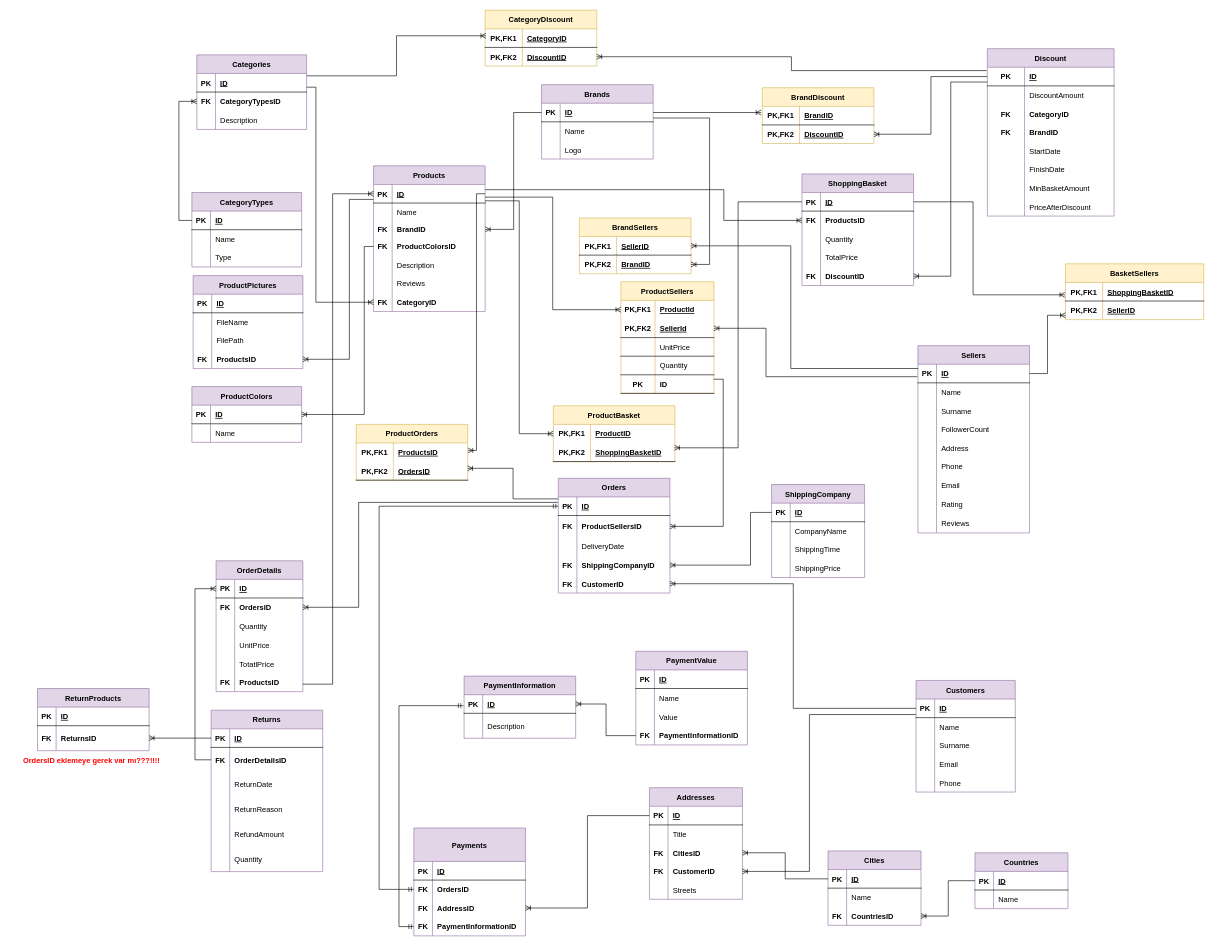
Before: Son.drawio in HandeYetisen/Python, a draw.io diagram. Source tidied: cells renumbered, new cells numbered last; positions are measured from the earlier drawing's top-left corner, leaving out a move shared by most shapes. Both pictures are drawn from the tidied source at 62%, with x=0, y=0 at pixel (18, 10).
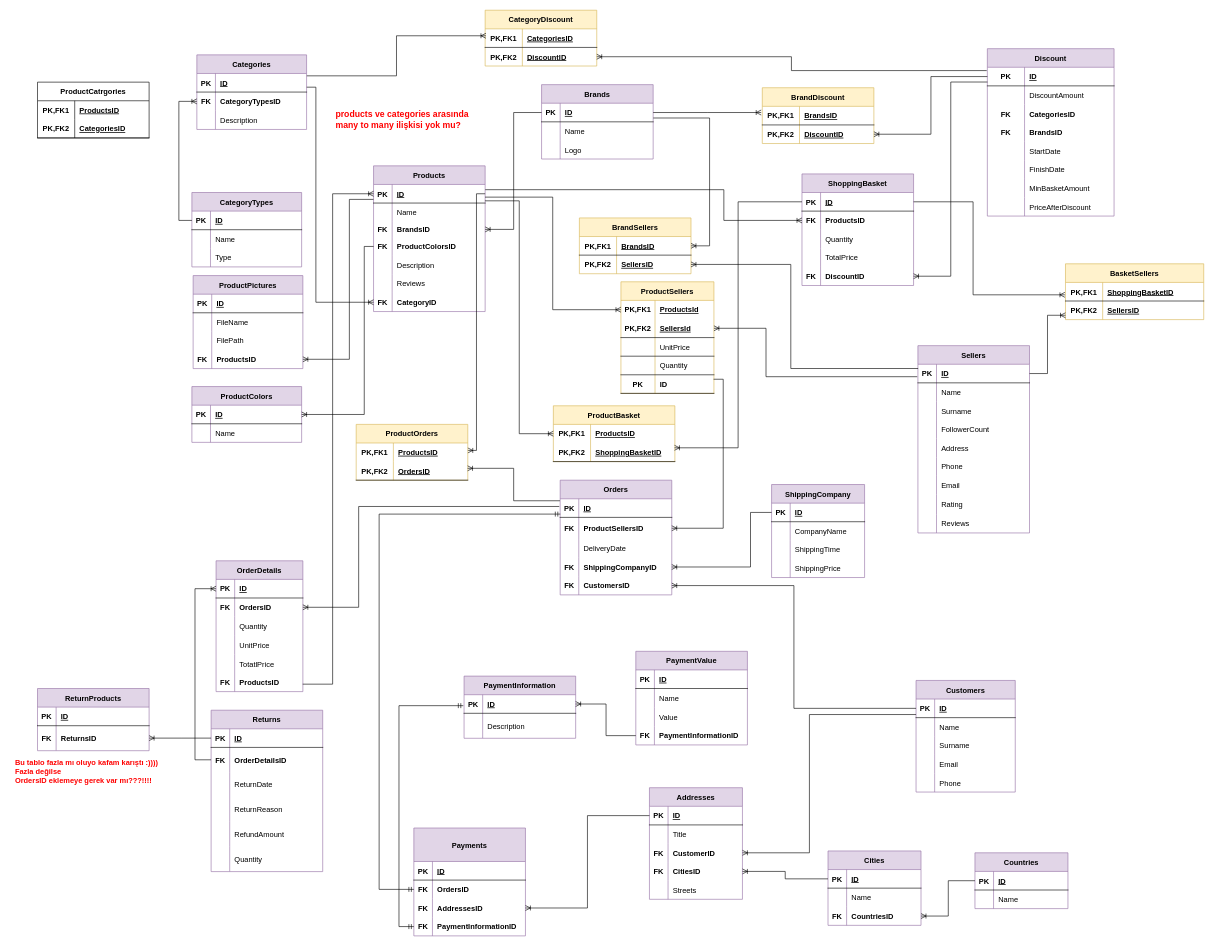
The same diagram, later.

The change refers to these unchanged cells:
```xml
<mxCell id="9" style="shape=tableRow;horizontal=0;startSize=0;swimlaneHead=0;swimlaneBody=0;fillColor=none;points=[[0,0.5],[1,0.5]];portConstraint=eastwest;top=0;left=0;right=0;bottom=0;" parent="2" vertex="1">
  <mxGeometry y="90" width="180" height="25" as="geometry" />
</mxCell>
<mxCell id="35" style="shape=tableRow;horizontal=0;startSize=0;swimlaneHead=0;swimlaneBody=0;fillColor=none;points=[[0,0.5],[1,0.5]];portConstraint=eastwest;top=0;left=0;right=0;bottom=1;" parent="34" vertex="1">
  <mxGeometry y="30" width="160" height="30" as="geometry" />
</mxCell>
<mxCell id="57" style="shape=tableRow;horizontal=0;startSize=0;swimlaneHead=0;swimlaneBody=0;fillColor=none;points=[[0,0.5],[1,0.5]];portConstraint=eastwest;top=0;left=0;right=0;bottom=0;" parent="50" vertex="1">
  <mxGeometry y="90" width="150" height="30" as="geometry" />
</mxCell>
<mxCell id="60" style="shape=tableRow;horizontal=0;startSize=0;swimlaneHead=0;swimlaneBody=0;fillColor=none;points=[[0,0.5],[1,0.5]];portConstraint=eastwest;top=0;left=0;right=0;bottom=0;" parent="50" vertex="1">
  <mxGeometry y="120" width="150" height="30" as="geometry" />
</mxCell>
<mxCell id="68" style="shape=tableRow;horizontal=0;startSize=0;swimlaneHead=0;swimlaneBody=0;fillColor=none;points=[[0,0.5],[1,0.5]];portConstraint=eastwest;top=0;left=0;right=0;bottom=1;" parent="67" vertex="1">
  <mxGeometry y="30" width="180" height="30" as="geometry" />
</mxCell>
<mxCell id="80" style="shape=tableRow;horizontal=0;startSize=0;swimlaneHead=0;swimlaneBody=0;fillColor=none;points=[[0,0.5],[1,0.5]];portConstraint=eastwest;top=0;left=0;right=0;bottom=0;" parent="67" vertex="1">
  <mxGeometry y="155" width="180" height="30" as="geometry" />
</mxCell>
<mxCell id="84" style="shape=tableRow;horizontal=0;startSize=0;swimlaneHead=0;swimlaneBody=0;fillColor=none;points=[[0,0.5],[1,0.5]];portConstraint=eastwest;top=0;left=0;right=0;bottom=1;" parent="83" vertex="1">
  <mxGeometry y="30" width="180" height="30" as="geometry" />
</mxCell>
<mxCell id="112" style="shape=tableRow;horizontal=0;startSize=0;swimlaneHead=0;swimlaneBody=0;fillColor=none;points=[[0,0.5],[1,0.5]];portConstraint=eastwest;top=0;left=0;right=0;bottom=1;" parent="111" vertex="1">
  <mxGeometry y="30" width="180" height="30" as="geometry" />
</mxCell>
<mxCell id="115" style="shape=tableRow;horizontal=0;startSize=0;swimlaneHead=0;swimlaneBody=0;fillColor=none;points=[[0,0.5],[1,0.5]];portConstraint=eastwest;top=0;left=0;right=0;bottom=0;" parent="111" vertex="1">
  <mxGeometry y="60" width="180" height="30" as="geometry" />
</mxCell>
<mxCell id="125" style="shape=tableRow;horizontal=0;startSize=0;swimlaneHead=0;swimlaneBody=0;fillColor=none;top=0;left=0;right=0;bottom=0;" parent="118" vertex="1">
  <mxGeometry y="90" width="204.4" height="30" as="geometry" />
</mxCell>
<mxCell id="128" style="shape=tableRow;horizontal=0;startSize=0;swimlaneHead=0;swimlaneBody=0;fillColor=none;top=0;left=0;right=0;bottom=0;" parent="118" vertex="1">
  <mxGeometry y="120" width="204.4" height="30" as="geometry" />
</mxCell>
<mxCell id="160" style="shape=tableRow;horizontal=0;startSize=0;swimlaneHead=0;swimlaneBody=0;fillColor=none;points=[[0,0.5],[1,0.5]];portConstraint=eastwest;top=0;left=0;right=0;bottom=0;" parent="159" vertex="1">
  <mxGeometry y="30" width="150" height="30" as="geometry" />
</mxCell>
<mxCell id="163" style="shape=tableRow;horizontal=0;startSize=0;swimlaneHead=0;swimlaneBody=0;fillColor=none;points=[[0,0.5],[1,0.5]];portConstraint=eastwest;top=0;left=0;right=0;bottom=1;" parent="159" vertex="1">
  <mxGeometry y="60" width="150" height="30" as="geometry" />
</mxCell>
<mxCell id="192" style="shape=tableRow;horizontal=0;startSize=0;swimlaneHead=0;swimlaneBody=0;fillColor=none;points=[[0,0.5],[1,0.5]];portConstraint=eastwest;top=0;left=0;right=0;bottom=0;" parent="188" vertex="1">
  <mxGeometry y="60" width="140" height="30" as="geometry" />
</mxCell>
<mxCell id="208" style="shape=tableRow;horizontal=0;startSize=0;swimlaneHead=0;swimlaneBody=0;fillColor=none;points=[[0,0.5],[1,0.5]];portConstraint=eastwest;top=0;left=0;right=0;bottom=1;" parent="207" vertex="1">
  <mxGeometry y="30" width="180" height="30" as="geometry" />
</mxCell>
<mxCell id="221" style="shape=tableRow;horizontal=0;startSize=0;swimlaneHead=0;swimlaneBody=0;fillColor=none;points=[[0,0.5],[1,0.5]];portConstraint=eastwest;top=0;left=0;right=0;bottom=0;" parent="217" vertex="1">
  <mxGeometry y="84" width="180" height="30" as="geometry" />
</mxCell>
<mxCell id="224" style="shape=tableRow;horizontal=0;startSize=0;swimlaneHead=0;swimlaneBody=0;fillColor=none;points=[[0,0.5],[1,0.5]];portConstraint=eastwest;top=0;left=0;right=0;bottom=0;" parent="217" vertex="1">
  <mxGeometry y="114" width="180" height="30" as="geometry" />
</mxCell>
<mxCell id="253" style="shape=tableRow;horizontal=0;startSize=0;swimlaneHead=0;swimlaneBody=0;fillColor=none;points=[[0,0.5],[1,0.5]];portConstraint=eastwest;top=0;left=0;right=0;bottom=0;fontColor=#000000;" parent="252" vertex="1">
  <mxGeometry y="30" width="196" height="30" as="geometry" />
</mxCell>
<mxCell id="268" style="shape=tableRow;horizontal=0;startSize=0;swimlaneHead=0;swimlaneBody=0;fillColor=none;points=[[0,0.5],[1,0.5]];portConstraint=eastwest;top=0;left=0;right=0;bottom=0;" parent="264" vertex="1">
  <mxGeometry y="60" width="223" height="30" as="geometry" />
</mxCell>
<mxCell id="307" style="shape=tableRow;horizontal=0;startSize=0;swimlaneHead=0;swimlaneBody=0;fillColor=none;points=[[0,0.5],[1,0.5]];portConstraint=eastwest;top=0;left=0;right=0;bottom=1;" parent="306" vertex="1">
  <mxGeometry y="30" width="150" height="30" as="geometry" />
</mxCell>
<mxCell id="335" style="shape=tableRow;horizontal=0;startSize=0;swimlaneHead=0;swimlaneBody=0;fillColor=none;points=[[0,0.5],[1,0.5]];portConstraint=eastwest;top=0;left=0;right=0;bottom=1;" parent="334" vertex="1">
  <mxGeometry y="30" width="180" height="30" as="geometry" />
</mxCell>
<mxCell id="344" style="shape=tableRow;horizontal=0;startSize=0;swimlaneHead=0;swimlaneBody=0;fillColor=none;points=[[0,0.5],[1,0.5]];portConstraint=eastwest;top=0;left=0;right=0;bottom=1;" parent="343" vertex="1">
  <mxGeometry y="30" width="180" height="30" as="geometry" />
</mxCell>
```

Diff of the diagram source:
```diff
@@
-    <mxCell id="11" value="BrandID" style="shape=partialRectangle;fillColor=none;top=0;left=0;bottom=0;right=0;align=left;spacingLeft=6;overflow=hidden;fontStyle=1;" parent="9" vertex="1">
+    <mxCell id="11" value="BrandsID" style="shape=partialRectangle;fillColor=none;top=0;left=0;bottom=0;right=0;align=left;spacingLeft=6;overflow=hidden;fontStyle=1;" parent="9" vertex="1">
       <mxGeometry x="30" width="150" height="25" as="geometry" />
     </mxCell>
@@
-    <mxCell id="59" value="CitiesID" style="shape=partialRectangle;fillColor=none;top=0;left=0;bottom=0;right=0;align=left;spacingLeft=6;overflow=hidden;fontStyle=1;" parent="57" vertex="1">
+    <mxCell id="59" value="CustomerID" style="shape=partialRectangle;fillColor=none;top=0;left=0;bottom=0;right=0;align=left;spacingLeft=6;overflow=hidden;fontStyle=1;" parent="57" vertex="1">
       <mxGeometry x="30" width="120" height="30" as="geometry" />
     </mxCell>
@@
-    <mxCell id="62" value="CustomerID" style="shape=partialRectangle;fillColor=none;top=0;left=0;bottom=0;right=0;align=left;spacingLeft=6;overflow=hidden;fontStyle=1;" parent="60" vertex="1">
+    <mxCell id="62" value="CitiesID" style="shape=partialRectangle;fillColor=none;top=0;left=0;bottom=0;right=0;align=left;spacingLeft=6;overflow=hidden;fontStyle=1;" parent="60" vertex="1">
       <mxGeometry x="30" width="120" height="30" as="geometry" />
     </mxCell>
@@
     <mxCell id="67" value="Orders" style="shape=table;startSize=30;childLayout=tableLayout;rowLines=0;fontStyle=1;align=center;fillColor=#e1d5e7;strokeColor=#9673a6;" parent="1" vertex="1">
-      <mxGeometry x="871" y="755" width="180" height="185" as="geometry" />
+      <mxGeometry x="874" y="758" width="180" height="185" as="geometry" />
     </mxCell>
@@
-    <mxCell id="82" value="CustomerID" style="shape=partialRectangle;fillColor=none;top=0;left=0;bottom=0;right=0;align=left;spacingLeft=6;overflow=hidden;fontStyle=1;" parent="80" vertex="1">
+    <mxCell id="82" value="CustomersID" style="shape=partialRectangle;fillColor=none;top=0;left=0;bottom=0;right=0;align=left;spacingLeft=6;overflow=hidden;fontStyle=1;" parent="80" vertex="1">
       <mxGeometry x="30" width="150" height="30" as="geometry" />
     </mxCell>
@@
-    <mxCell id="114" value="SellerID" style="shape=partialRectangle;fillColor=none;top=0;left=0;bottom=0;right=0;align=left;spacingLeft=6;fontStyle=5;overflow=hidden;" parent="112" vertex="1">
+    <mxCell id="114" value="BrandsID" style="shape=partialRectangle;fillColor=none;top=0;left=0;bottom=0;right=0;align=left;spacingLeft=6;fontStyle=5;overflow=hidden;" parent="112" vertex="1">
       <mxGeometry x="60" width="120" height="30" as="geometry" />
     </mxCell>
@@
-    <mxCell id="117" value="BrandID" style="shape=partialRectangle;fillColor=none;top=0;left=0;bottom=0;right=0;align=left;spacingLeft=6;overflow=hidden;fontStyle=5;" parent="115" vertex="1">
+    <mxCell id="117" value="SellersID" style="shape=partialRectangle;fillColor=none;top=0;left=0;bottom=0;right=0;align=left;spacingLeft=6;overflow=hidden;fontStyle=5;" parent="115" vertex="1">
       <mxGeometry x="60" width="120" height="30" as="geometry" />
     </mxCell>
@@
-    <mxCell id="127" value="CategoryID" style="shape=partialRectangle;fillColor=none;top=0;left=0;bottom=0;right=0;align=left;spacingLeft=6;overflow=hidden;fontStyle=1;" parent="125" vertex="1">
+    <mxCell id="127" value="CategoriesID" style="shape=partialRectangle;fillColor=none;top=0;left=0;bottom=0;right=0;align=left;spacingLeft=6;overflow=hidden;fontStyle=1;" parent="125" vertex="1">
       <mxGeometry x="60" width="144.4" height="30" as="geometry" />
     </mxCell>
@@
-    <mxCell id="130" value="BrandID" style="shape=partialRectangle;fillColor=none;top=0;left=0;bottom=0;right=0;align=left;spacingLeft=6;overflow=hidden;fontStyle=1;" parent="128" vertex="1">
+    <mxCell id="130" value="BrandsID" style="shape=partialRectangle;fillColor=none;top=0;left=0;bottom=0;right=0;align=left;spacingLeft=6;overflow=hidden;fontStyle=1;" parent="128" vertex="1">
       <mxGeometry x="60" width="144.4" height="30" as="geometry" />
     </mxCell>
@@
-    <mxCell id="162" value="ProductId" style="shape=partialRectangle;fillColor=none;top=0;left=0;bottom=0;right=0;align=left;spacingLeft=6;fontStyle=5;overflow=hidden;" parent="160" vertex="1">
+    <mxCell id="162" value="ProductsId" style="shape=partialRectangle;fillColor=none;top=0;left=0;bottom=0;right=0;align=left;spacingLeft=6;fontStyle=5;overflow=hidden;" parent="160" vertex="1">
       <mxGeometry x="55" width="95" height="30" as="geometry" />
     </mxCell>
@@
-    <mxCell id="165" value="SellerId" style="shape=partialRectangle;fillColor=none;top=0;left=0;bottom=0;right=0;align=left;spacingLeft=6;fontStyle=5;overflow=hidden;" parent="163" vertex="1">
+    <mxCell id="165" value="SellersId" style="shape=partialRectangle;fillColor=none;top=0;left=0;bottom=0;right=0;align=left;spacingLeft=6;fontStyle=5;overflow=hidden;" parent="163" vertex="1">
       <mxGeometry x="55" width="95" height="30" as="geometry" />
     </mxCell>
@@
-    <mxCell id="226" value="AddressID" style="shape=partialRectangle;fillColor=none;top=0;left=0;bottom=0;right=0;align=left;spacingLeft=6;overflow=hidden;fontStyle=1;" parent="224" vertex="1">
+    <mxCell id="226" value="AddressesID" style="shape=partialRectangle;fillColor=none;top=0;left=0;bottom=0;right=0;align=left;spacingLeft=6;overflow=hidden;fontStyle=1;" parent="224" vertex="1">
       <mxGeometry x="30" width="150" height="30" as="geometry" />
     </mxCell>
@@
-    <mxCell id="232" style="edgeStyle=elbowEdgeStyle;fontSize=12;html=1;endArrow=ERoneToMany;rounded=0;fontColor=#0000FF;entryX=1;entryY=0.5;entryDx=0;entryDy=0;exitX=0.002;exitY=0.229;exitDx=0;exitDy=0;exitPerimeter=0;" parent="1" edge="1" source="84" target="112">
+    <mxCell id="232" style="edgeStyle=elbowEdgeStyle;fontSize=12;html=1;endArrow=ERoneToMany;rounded=0;fontColor=#0000FF;entryX=1;entryY=0.5;entryDx=0;entryDy=0;exitX=0.002;exitY=0.229;exitDx=0;exitDy=0;exitPerimeter=0;" parent="1" edge="1" source="84" target="115">
       <mxGeometry relative="1" as="geometry">
         <Array as="points">
           <mxPoint x="1246" y="478" />
         </Array>
       </mxGeometry>
     </mxCell>
-    <mxCell id="233" style="edgeStyle=elbowEdgeStyle;fontSize=12;html=1;endArrow=ERoneToMany;rounded=0;fontColor=#0000FF;entryX=1;entryY=0.5;entryDx=0;entryDy=0;exitX=1.001;exitY=0.794;exitDx=0;exitDy=0;exitPerimeter=0;" parent="1" edge="1" source="208" target="115">
+    <mxCell id="233" style="edgeStyle=elbowEdgeStyle;fontSize=12;html=1;endArrow=ERoneToMany;rounded=0;fontColor=#0000FF;entryX=1;entryY=0.5;entryDx=0;entryDy=0;exitX=1.001;exitY=0.794;exitDx=0;exitDy=0;exitPerimeter=0;" parent="1" edge="1" source="208" target="112">
       <mxGeometry relative="1" as="geometry">
         <Array as="points">
           <mxPoint x="1115" y="301" />
         </Array>
       </mxGeometry>
     </mxCell>
@@
-    <mxCell id="246" style="edgeStyle=elbowEdgeStyle;fontSize=12;html=1;endArrow=ERoneToMany;rounded=0;fontColor=#000000;entryX=1;entryY=0.5;entryDx=0;entryDy=0;exitX=-0.004;exitY=0.295;exitDx=0;exitDy=0;exitPerimeter=0;" parent="1" edge="1" source="68" target="192">
+    <mxCell id="246" style="edgeStyle=elbowEdgeStyle;fontSize=12;html=1;endArrow=ERoneToMany;rounded=0;fontColor=#000000;entryX=1;entryY=0.5;entryDx=0;entryDy=0;exitX=-0.008;exitY=0.413;exitDx=0;exitDy=0;exitPerimeter=0;" parent="1" edge="1" source="68" target="192">
       <mxGeometry relative="1" as="geometry">
         <Array as="points">
           <mxPoint x="549" y="879" />
         </Array>
       </mxGeometry>
     </mxCell>
-    <mxCell id="247" style="edgeStyle=elbowEdgeStyle;fontSize=12;html=1;endArrow=ERmandOne;startArrow=ERmandOne;rounded=0;fontColor=#000000;entryX=0;entryY=0.5;entryDx=0;entryDy=0;exitX=0;exitY=0.5;exitDx=0;exitDy=0;" parent="1" edge="1" source="68" target="221">
+    <mxCell id="247" style="edgeStyle=elbowEdgeStyle;fontSize=12;html=1;endArrow=ERmandOne;startArrow=ERmandOne;rounded=0;fontColor=#000000;entryX=0;entryY=0.5;entryDx=0;entryDy=0;exitX=0.001;exitY=0.823;exitDx=0;exitDy=0;exitPerimeter=0;" parent="1" edge="1" source="68" target="221">
       <mxGeometry relative="1" as="geometry">
         <Array as="points">
           <mxPoint x="582" y="1170" />
         </Array>
       </mxGeometry>
     </mxCell>
@@
-    <mxCell id="250" style="edgeStyle=elbowEdgeStyle;fontSize=12;html=1;endArrow=ERoneToMany;fontColor=#000000;exitX=0;exitY=0.833;exitDx=0;exitDy=0;exitPerimeter=0;entryX=1;entryY=0.5;entryDx=0;entryDy=0;rounded=0;" parent="1" edge="1" source="35" target="60">
+    <mxCell id="250" style="edgeStyle=elbowEdgeStyle;fontSize=12;html=1;endArrow=ERoneToMany;fontColor=#000000;exitX=0;exitY=0.833;exitDx=0;exitDy=0;exitPerimeter=0;entryX=1;entryY=0.5;entryDx=0;entryDy=0;rounded=0;" parent="1" edge="1" source="35" target="57">
       <mxGeometry relative="1" as="geometry">
         <Array as="points">
           <mxPoint x="1276" y="1264" />
         </Array>
       </mxGeometry>
     </mxCell>
@@
-    <mxCell id="255" value="ProductID" style="shape=partialRectangle;fillColor=none;top=0;left=0;bottom=0;right=0;align=left;spacingLeft=6;fontStyle=5;overflow=hidden;fontColor=#000000;" parent="253" vertex="1">
+    <mxCell id="255" value="ProductsID" style="shape=partialRectangle;fillColor=none;top=0;left=0;bottom=0;right=0;align=left;spacingLeft=6;fontStyle=5;overflow=hidden;fontColor=#000000;" parent="253" vertex="1">
       <mxGeometry x="60" width="136" height="30" as="geometry" />
     </mxCell>
@@
-    <mxCell id="270" value="SellerID" style="shape=partialRectangle;fillColor=none;top=0;left=0;bottom=0;right=0;align=left;spacingLeft=6;overflow=hidden;fontStyle=5;" parent="268" vertex="1">
+    <mxCell id="270" value="SellersID" style="shape=partialRectangle;fillColor=none;top=0;left=0;bottom=0;right=0;align=left;spacingLeft=6;overflow=hidden;fontStyle=5;" parent="268" vertex="1">
       <mxGeometry x="60" width="163" height="30" as="geometry" />
     </mxCell>
@@
-    <mxCell id="326" style="edgeStyle=elbowEdgeStyle;fontSize=12;html=1;endArrow=ERoneToMany;exitX=0;exitY=0.5;exitDx=0;exitDy=0;rounded=0;" parent="1" edge="1" source="307" target="57">
+    <mxCell id="326" style="edgeStyle=elbowEdgeStyle;fontSize=12;html=1;endArrow=ERoneToMany;exitX=0;exitY=0.5;exitDx=0;exitDy=0;rounded=0;entryX=1;entryY=0.5;entryDx=0;entryDy=0;" parent="1" edge="1" source="307" target="60">
       <mxGeometry relative="1" as="geometry" />
     </mxCell>
@@
-    <mxCell id="337" value="CategoryID" style="shape=partialRectangle;fillColor=none;top=0;left=0;bottom=0;right=0;align=left;spacingLeft=6;fontStyle=5;overflow=hidden;" parent="335" vertex="1">
+    <mxCell id="337" value="CategoriesID" style="shape=partialRectangle;fillColor=none;top=0;left=0;bottom=0;right=0;align=left;spacingLeft=6;fontStyle=5;overflow=hidden;" parent="335" vertex="1">
       <mxGeometry x="60" width="120" height="30" as="geometry" />
     </mxCell>
@@
-    <mxCell id="346" value="BrandID" style="shape=partialRectangle;fillColor=none;top=0;left=0;bottom=0;right=0;align=left;spacingLeft=6;fontStyle=5;overflow=hidden;" parent="344" vertex="1">
+    <mxCell id="346" value="BrandsID" style="shape=partialRectangle;fillColor=none;top=0;left=0;bottom=0;right=0;align=left;spacingLeft=6;fontStyle=5;overflow=hidden;" parent="344" vertex="1">
       <mxGeometry x="60" width="120" height="30" as="geometry" />
     </mxCell>
@@
-    <mxCell id="395" value="OrdersID eklemeye gerek var mı???!!!! " style="shape=partialRectangle;fillColor=none;top=0;left=0;bottom=0;right=0;align=left;spacingLeft=6;overflow=hidden;fontStyle=1;fontColor=#FF0000;" parent="1" vertex="1">
-      <mxGeometry y="1189" width="242" height="40" as="geometry" />
-    </mxCell>
+    <mxCell id="396" value="Bu tablo fazla mı oluyo kafam karıştı :))))&#10;Fazla değilse&#10;OrdersID eklemeye gerek var mı???!!!! " style="shape=partialRectangle;fillColor=none;top=0;left=0;bottom=0;right=0;align=left;spacingLeft=6;overflow=hidden;fontStyle=1;fontColor=#FF0000;" parent="1" vertex="1">
+      <mxGeometry x="-13" y="1194" width="242" height="67" as="geometry" />
+    </mxCell>
+    <mxCell id="397" value="products ve categories arasında &#10;many to many ilişkisi yok mu?" style="shape=partialRectangle;fillColor=none;top=0;left=0;bottom=0;right=0;align=left;spacingLeft=6;overflow=hidden;fontStyle=1;fontColor=#FF0000;fontSize=14;" parent="1" vertex="1">
+      <mxGeometry x="504" y="145" width="249" height="61" as="geometry" />
+    </mxCell>
+    <mxCell id="398" value="ProductCatrgories" style="shape=table;startSize=30;childLayout=tableLayout;rowLines=0;fontStyle=1;align=center;fontSize=12;fontColor=#000000;" parent="1" vertex="1">
+      <mxGeometry x="31" y="116" width="180" height="90" as="geometry" />
+    </mxCell>
+    <mxCell id="399" style="shape=tableRow;horizontal=0;startSize=0;swimlaneHead=0;swimlaneBody=0;fillColor=none;top=0;left=0;right=0;bottom=0;fontSize=12;fontColor=#000000;" parent="398" vertex="1">
+      <mxGeometry y="30" width="180" height="30" as="geometry" />
+    </mxCell>
+    <mxCell id="400" value="PK,FK1" style="shape=partialRectangle;fillColor=none;top=0;left=0;bottom=0;right=0;fontStyle=1;overflow=hidden;fontSize=12;fontColor=#000000;" parent="399" vertex="1">
+      <mxGeometry width="60" height="30" as="geometry" />
+    </mxCell>
+    <mxCell id="401" value="ProductsID" style="shape=partialRectangle;fillColor=none;top=0;left=0;bottom=0;right=0;align=left;spacingLeft=6;fontStyle=5;overflow=hidden;fontSize=12;fontColor=#000000;" parent="399" vertex="1">
+      <mxGeometry x="60" width="120" height="30" as="geometry" />
+    </mxCell>
+    <mxCell id="402" style="shape=tableRow;horizontal=0;startSize=0;swimlaneHead=0;swimlaneBody=0;fillColor=none;top=0;left=0;right=0;bottom=1;fontSize=12;fontColor=#000000;" parent="398" vertex="1">
+      <mxGeometry y="60" width="180" height="30" as="geometry" />
+    </mxCell>
+    <mxCell id="403" value="PK,FK2" style="shape=partialRectangle;fillColor=none;top=0;left=0;bottom=0;right=0;fontStyle=1;overflow=hidden;fontSize=12;fontColor=#000000;" parent="402" vertex="1">
+      <mxGeometry width="60" height="30" as="geometry" />
+    </mxCell>
+    <mxCell id="404" value="CategoriesID" style="shape=partialRectangle;fillColor=none;top=0;left=0;bottom=0;right=0;align=left;spacingLeft=6;fontStyle=5;overflow=hidden;fontSize=12;fontColor=#000000;" parent="402" vertex="1">
+      <mxGeometry x="60" width="120" height="30" as="geometry" />
+    </mxCell>
```
